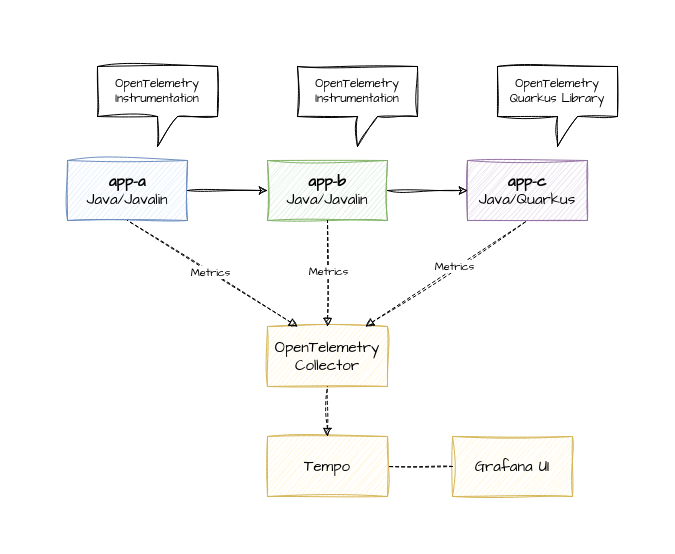
nikolaus-lemberski/distributed-tracing keeps this draw.io diagram as page "tempo-grafana" (5 of 6) of presentation/draws.drawio. Above is the earlier version. Source tidied: cells renumbered, new cells numbered last; positions are measured from the earlier drawing's top-left corner, leaving out a move shared by most shapes. Both pictures are drawn from the tidied source at 100%, with x=0, y=0 at pixel (67, 66).
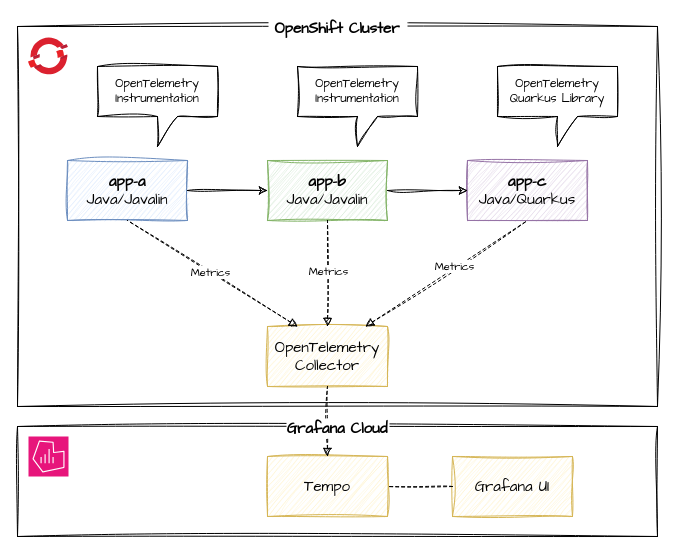
The same diagram, later.

The edit, as a diff of the source:
```diff
@@
     <mxCell id="14" value="Tempo" style="rounded=0;whiteSpace=wrap;html=1;sketch=1;hachureGap=4;jiggle=2;curveFitting=1;fontFamily=Architects Daughter;fontSize=15;fillColor=#fff2cc;strokeColor=#d6b656;" parent="1" vertex="1">
-      <mxGeometry x="200" y="370" width="120" height="60" as="geometry" />
+      <mxGeometry x="200" y="390" width="120" height="60" as="geometry" />
     </mxCell>
@@
     <mxCell id="16" value="Grafana UI" style="rounded=0;whiteSpace=wrap;html=1;sketch=1;hachureGap=4;jiggle=2;curveFitting=1;fontFamily=Architects Daughter;fontSize=15;fillColor=#fff2cc;strokeColor=#d6b656;" parent="1" vertex="1">
-      <mxGeometry x="385" y="370" width="120" height="60" as="geometry" />
+      <mxGeometry x="385" y="390" width="120" height="60" as="geometry" />
     </mxCell>
@@
+    <mxCell id="21" value=" OpenShift Cluster " style="swimlane;startSize=0;sketch=1;hachureGap=4;jiggle=2;curveFitting=1;fontFamily=Architects Daughter;labelBackgroundColor=default;fontSize=15;" parent="1" vertex="1">
+      <mxGeometry x="-50" y="-40" width="640" height="380" as="geometry" />
+    </mxCell>
+    <mxCell id="22" style="image;html=1;align=center;fontSize=12;image=img/lib/azure2/containers/Azure_Red_Hat_OpenShift.svg;sketch=1;hachureGap=4;jiggle=2;curveFitting=1;fontFamily=Architects Daughter;" parent="21" vertex="1">
+      <mxGeometry x="11" y="10" width="40" height="40" as="geometry" />
+    </mxCell>
+    <mxCell id="23" value="Grafana Cloud" style="swimlane;startSize=0;sketch=1;hachureGap=4;jiggle=2;curveFitting=1;fontFamily=Architects Daughter;labelBackgroundColor=default;fontSize=15;" parent="1" vertex="1">
+      <mxGeometry x="-50" y="360" width="640" height="110" as="geometry" />
+    </mxCell>
+    <mxCell id="24" style="sketch=0;fontColor=#232F3E;fillColor=#E7157B;strokeColor=#ffffff;dashed=0;verticalLabelPosition=bottom;verticalAlign=top;align=center;html=1;fontSize=12;fontStyle=0;shape=mxgraph.aws4.resourceIcon;resIcon=mxgraph.aws4.managed_service_for_grafana;hachureGap=4;jiggle=2;curveFitting=1;fontFamily=Architects Daughter;" parent="23" vertex="1">
+      <mxGeometry x="11" y="10" width="40" height="40" as="geometry" />
+    </mxCell>
```
